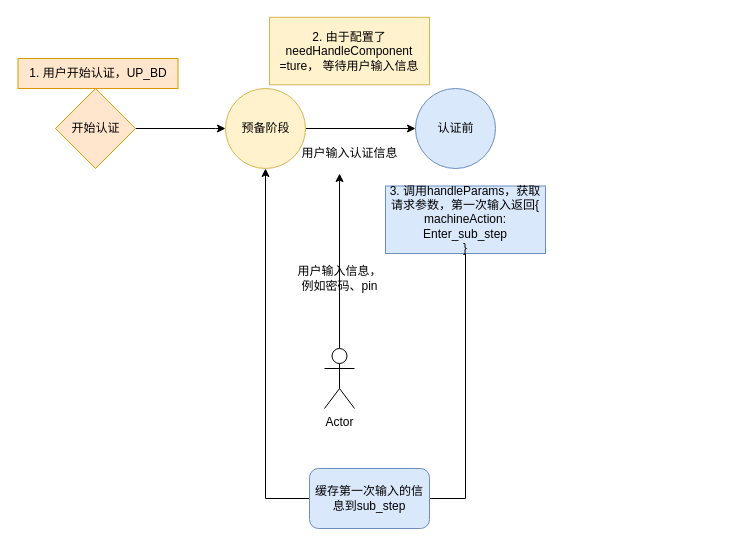
The draw.io diagram page "场景3:需要otp" (5 of 12) of useVerify/状态机.drawio in RexYao97/sfrex, before the edit. Source tidied: cells renumbered, new cells numbered last; positions are measured from the earlier drawing's top-left corner, leaving out a move shared by most shapes. Both pictures are drawn from the tidied source at 100%, with x=0, y=0 at pixel (17, 17).
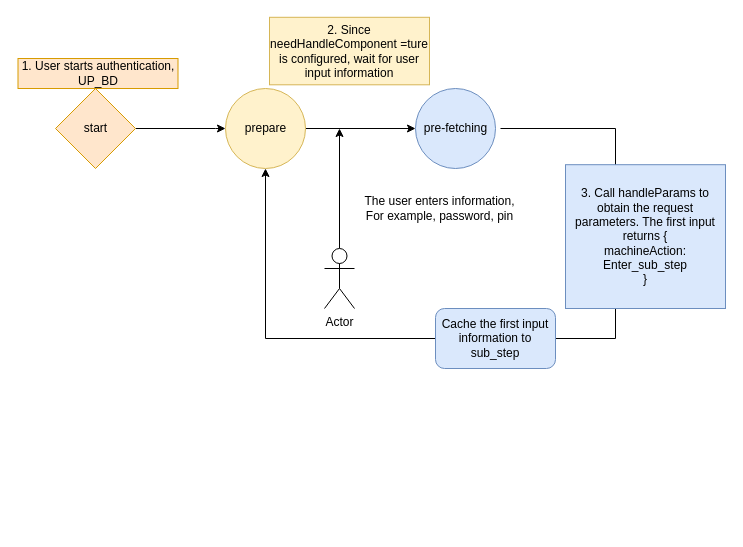
Above is the later version.

Unchanged cells that the change refers to:
```xml
<mxCell id="4" style="ellipse;whiteSpace=wrap;html=1;fillColor=#fff2cc;strokeColor=#d6b656;" parent="1" vertex="1">
  <mxGeometry x="208" y="71" width="80" height="80" as="geometry" />
</mxCell>
```

Change to the diagram source:
```diff
@@
-    <mxCell id="5" value="预备阶段" style="text;html=1;align=center;verticalAlign=middle;strokeColor=none;fillColor=none;" parent="1" vertex="1">
-      <mxGeometry x="213" y="96" width="70" height="30" as="geometry" />
+    <mxCell id="5" value="prepare" style="text;html=1;align=center;verticalAlign=middle;strokeColor=none;fillColor=none;" parent="1" vertex="1">
+      <mxGeometry x="218" y="96" width="60" height="30" as="geometry" />
     </mxCell>
@@
-    <mxCell id="7" value="开始认证" style="text;html=1;align=center;verticalAlign=middle;strokeColor=none;fillColor=none;" parent="1" vertex="1">
-      <mxGeometry x="43" y="96" width="70" height="30" as="geometry" />
+    <mxCell id="7" value="start" style="text;html=1;align=center;verticalAlign=middle;strokeColor=none;fillColor=none;" parent="1" vertex="1">
+      <mxGeometry x="53" y="96" width="50" height="30" as="geometry" />
     </mxCell>
-    <mxCell id="8" value="用户输入认证信息" style="text;html=1;align=center;verticalAlign=middle;points=[];strokeColor=none;fillColor=none;" parent="1" vertex="1">
-      <mxGeometry x="272" y="121" width="120" height="30" as="geometry" />
-    </mxCell>
-    <mxCell id="9" value="1. 用户开始认证，UP_BD" style="text;html=1;strokeColor=#d79b00;fillColor=#ffe6cc;align=center;verticalAlign=middle;whiteSpace=wrap;rounded=0;" parent="1" vertex="1">
+    <mxCell id="9" value="1. User starts authentication, UP_BD" style="text;html=1;strokeColor=#d79b00;fillColor=#ffe6cc;align=center;verticalAlign=middle;whiteSpace=wrap;rounded=0;" parent="1" vertex="1">
       <mxGeometry x="0.5" y="41" width="160" height="30" as="geometry" />
     </mxCell>
-    <mxCell id="10" value="2. 由于配置了needHandleComponent =ture， 等待用户输入信息" style="text;html=1;strokeColor=#d6b656;fillColor=#fff2cc;align=center;verticalAlign=middle;whiteSpace=wrap;rounded=0;" parent="1" vertex="1">
+    <mxCell id="10" value="2. Since needHandleComponent =ture is configured, wait for user input information" style="text;html=1;strokeColor=#d6b656;fillColor=#fff2cc;align=center;verticalAlign=middle;whiteSpace=wrap;rounded=0;" parent="1" vertex="1">
       <mxGeometry x="252" y="-0.2" width="160" height="67.5" as="geometry" />
     </mxCell>
-    <mxCell id="11" style="edgeStyle=orthogonalEdgeStyle;rounded=0;jettySize=auto;html=1;" parent="1" edge="1" source="12" target="4">
+    <mxCell id="11" style="edgeStyle=orthogonalEdgeStyle;rounded=0;jettySize=auto;html=1;" parent="1" edge="1" source="17" target="4">
       <mxGeometry relative="1" as="geometry">
         <Array as="points">
-          <mxPoint x="448" y="481" />
-          <mxPoint x="248" y="481" />
+          <mxPoint x="598" y="111" />
+          <mxPoint x="598" y="321" />
+          <mxPoint x="248" y="321" />
         </Array>
       </mxGeometry>
     </mxCell>
-    <mxCell id="12" value="3. 调用handleParams，获取请求参数，第一次输入返回{&lt;br&gt;machineAction: Enter_sub_step&lt;br&gt;}" style="text;html=1;strokeColor=#6c8ebf;fillColor=#dae8fc;align=center;verticalAlign=middle;whiteSpace=wrap;rounded=0;" parent="1" vertex="1">
-      <mxGeometry x="368" y="168.5" width="160" height="67.5" as="geometry" />
+    <mxCell id="12" value="&lt;div&gt;3. Call handleParams to obtain the request parameters. The first input returns {&lt;/div&gt;&lt;div&gt;machineAction: Enter_sub_step&lt;/div&gt;&lt;div&gt;}&lt;/div&gt;" style="text;html=1;strokeColor=#6c8ebf;fillColor=#dae8fc;align=center;verticalAlign=middle;whiteSpace=wrap;rounded=0;" parent="1" vertex="1">
+      <mxGeometry x="548" y="147.2" width="160" height="143.8" as="geometry" />
     </mxCell>
-    <mxCell id="13" style="edgeStyle=orthogonalEdgeStyle;rounded=0;jettySize=auto;html=1;entryX=0.417;entryY=1.167;entryDx=0;entryDy=0;entryPerimeter=0;" parent="1" edge="1" source="14" target="8">
-      <mxGeometry relative="1" as="geometry" />
+    <mxCell id="13" style="edgeStyle=orthogonalEdgeStyle;rounded=0;jettySize=auto;html=1;" parent="1" edge="1" source="14">
+      <mxGeometry relative="1" as="geometry">
+        <mxPoint x="322" y="111" as="targetPoint" />
+      </mxGeometry>
     </mxCell>
     <mxCell id="14" value="Actor" style="shape=umlActor;verticalLabelPosition=bottom;verticalAlign=top;html=1;outlineConnect=0;" parent="1" vertex="1">
-      <mxGeometry x="307" y="331" width="30" height="60" as="geometry" />
+      <mxGeometry x="307" y="231" width="30" height="60" as="geometry" />
     </mxCell>
     <mxCell id="15" style="group;" parent="1" vertex="1">
-      <mxGeometry x="398" y="71" width="80" height="80" as="geometry" />
+      <mxGeometry x="398" y="71" width="85" height="80" as="geometry" />
     </mxCell>
@@
-    <mxCell id="17" value="认证前" style="text;html=1;align=center;verticalAlign=middle;points=[];strokeColor=none;fillColor=none;" parent="15" vertex="1">
-      <mxGeometry x="10" y="25" width="60" height="30" as="geometry" />
+    <mxCell id="17" value="pre-fetching" style="text;html=1;align=center;verticalAlign=middle;points=[];strokeColor=none;fillColor=none;" parent="15" vertex="1">
+      <mxGeometry x="-5" y="25" width="90" height="30" as="geometry" />
     </mxCell>
-    <mxCell id="18" value="用户输入信息，&lt;br&gt;例如密码、pin" style="text;html=1;align=center;verticalAlign=middle;strokeColor=none;fillColor=none;" parent="1" vertex="1">
-      <mxGeometry x="267" y="241" width="110" height="40" as="geometry" />
+    <mxCell id="18" value="&lt;div&gt;The user enters information,&lt;/div&gt;&lt;div&gt;For example, password, pin&lt;/div&gt;" style="text;html=1;align=center;verticalAlign=middle;strokeColor=none;fillColor=none;" parent="1" vertex="1">
+      <mxGeometry x="337" y="171" width="170" height="40" as="geometry" />
     </mxCell>
-    <mxCell id="19" value="缓存第一次输入的信息到sub_step" style="rounded=1;whiteSpace=wrap;html=1;fillColor=#dae8fc;strokeColor=#6c8ebf;" parent="1" vertex="1">
-      <mxGeometry x="292" y="451" width="120" height="60" as="geometry" />
+    <mxCell id="19" value="Cache the first input information to sub_step" style="rounded=1;whiteSpace=wrap;html=1;fillColor=#dae8fc;strokeColor=#6c8ebf;" parent="1" vertex="1">
+      <mxGeometry x="418" y="291" width="120" height="60" as="geometry" />
     </mxCell>
```
